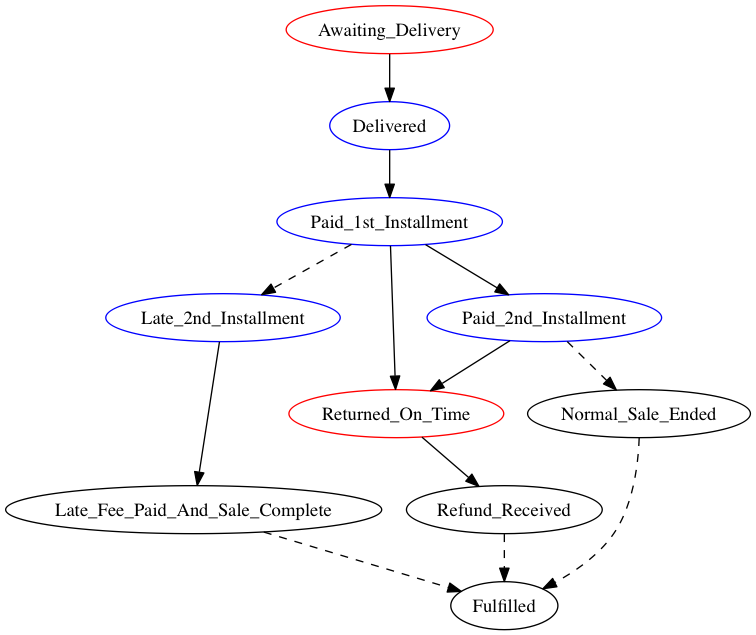
Before: linear_state_machine_language/out/hvitved_printer.png, a diagram exported from Graphviz (Marcao02/complaw-deeptech). Its source is kept beside it as linear_state_machine_language/out/hvitved_printer.dot.
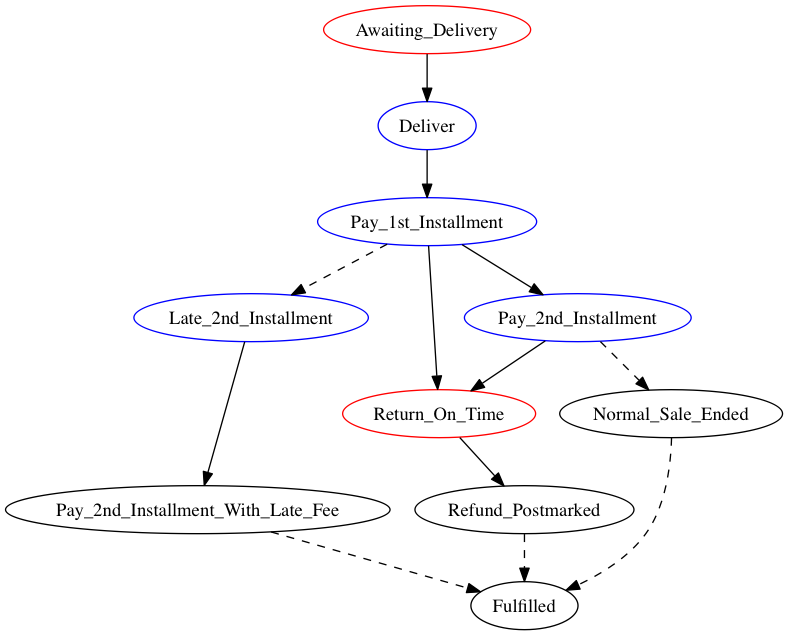
The same diagram one commit later.

Diff of the diagram source:
```diff
@@ -1,24 +1,24 @@
 
 digraph Two_part_sale_Hvitved_Laser_Printer {
 	Awaiting_Delivery[label=Awaiting_Delivery,color=Red];
-	Delivered[label=Delivered,color=Blue];
-	Paid_1st_Installment[label=Paid_1st_Installment,color=Blue];
+	Deliver[label=Deliver,color=Blue];
+	Pay_1st_Installment[label=Pay_1st_Installment,color=Blue];
 	Late_2nd_Installment[label=Late_2nd_Installment,color=Blue];
-	Paid_2nd_Installment[label=Paid_2nd_Installment,color=Blue];
-	Returned_On_Time[label=Returned_On_Time,color=Red];
-	Late_Fee_Paid_And_Sale_Complete[label=Late_Fee_Paid_And_Sale_Complete];
+	Pay_2nd_Installment[label=Pay_2nd_Installment,color=Blue];
+	Return_On_Time[label=Return_On_Time,color=Red];
+	Pay_2nd_Installment_With_Late_Fee[label=Pay_2nd_Installment_With_Late_Fee];
 	Normal_Sale_Ended[label=Normal_Sale_Ended];
-	Refund_Received[label=Refund_Received];
-	Awaiting_Delivery -> Delivered;
-	Delivered -> Paid_1st_Installment;
-	Paid_1st_Installment -> Paid_2nd_Installment;
-	Paid_1st_Installment -> Returned_On_Time;
-	Paid_1st_Installment -> Late_2nd_Installment [style=dashed];
-	Late_2nd_Installment -> Late_Fee_Paid_And_Sale_Complete;
-	Paid_2nd_Installment -> Returned_On_Time;
-	Paid_2nd_Installment -> Normal_Sale_Ended [style=dashed];
-	Returned_On_Time -> Refund_Received;
-	Late_Fee_Paid_And_Sale_Complete -> Fulfilled [style=dashed];
+	Refund_Postmarked[label=Refund_Postmarked];
+	Awaiting_Delivery -> Deliver;
+	Deliver -> Pay_1st_Installment;
+	Pay_1st_Installment -> Return_On_Time;
+	Pay_1st_Installment -> Pay_2nd_Installment;
+	Pay_1st_Installment -> Late_2nd_Installment [style=dashed];
+	Late_2nd_Installment -> Pay_2nd_Installment_With_Late_Fee;
+	Pay_2nd_Installment -> Return_On_Time;
+	Pay_2nd_Installment -> Normal_Sale_Ended [style=dashed];
+	Return_On_Time -> Refund_Postmarked;
+	Pay_2nd_Installment_With_Late_Fee -> Fulfilled [style=dashed];
 	Normal_Sale_Ended -> Fulfilled [style=dashed];
-	Refund_Received -> Fulfilled [style=dashed];
+	Refund_Postmarked -> Fulfilled [style=dashed];
 }
```
